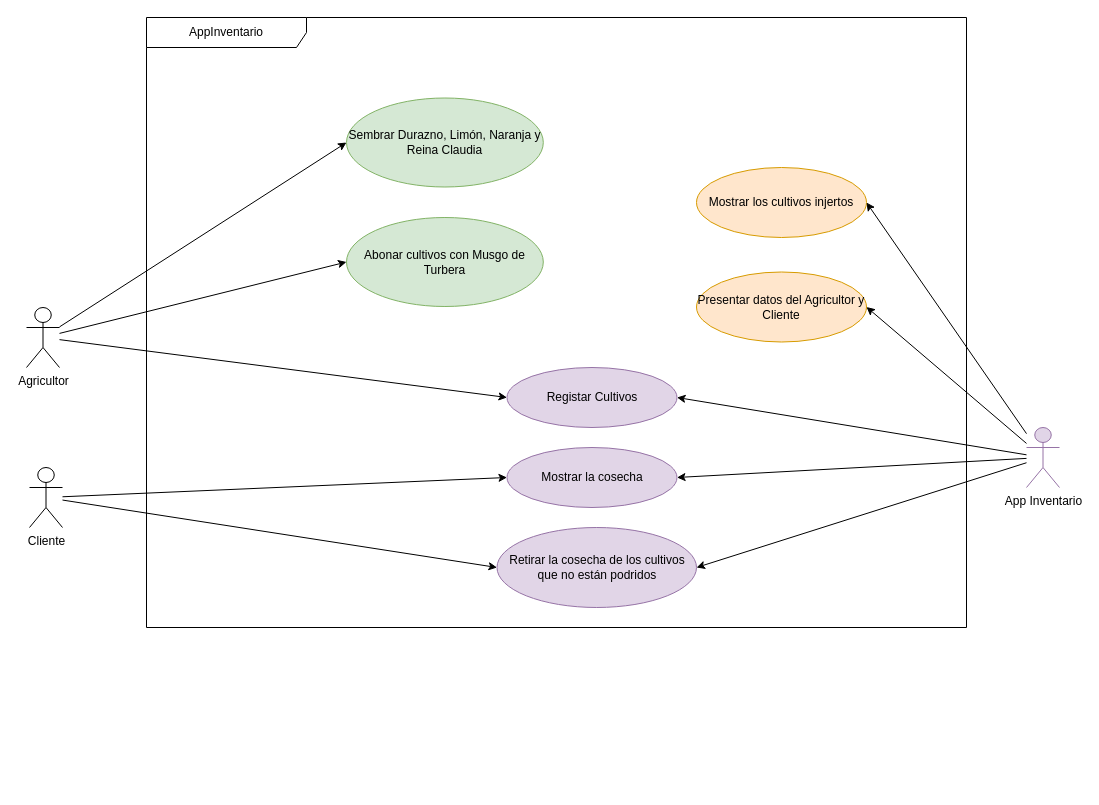
Above: Design/02CasoDeUso.drawio in BACHILYEC/Prueba-II-PROG-II (draw.io), before the change. Source tidied: cells renumbered, new cells numbered last; positions are measured from the earlier drawing's top-left corner, leaving out a move shared by most shapes. Both pictures are drawn from the tidied source at 100%, with x=0, y=0 at pixel (26, 17).
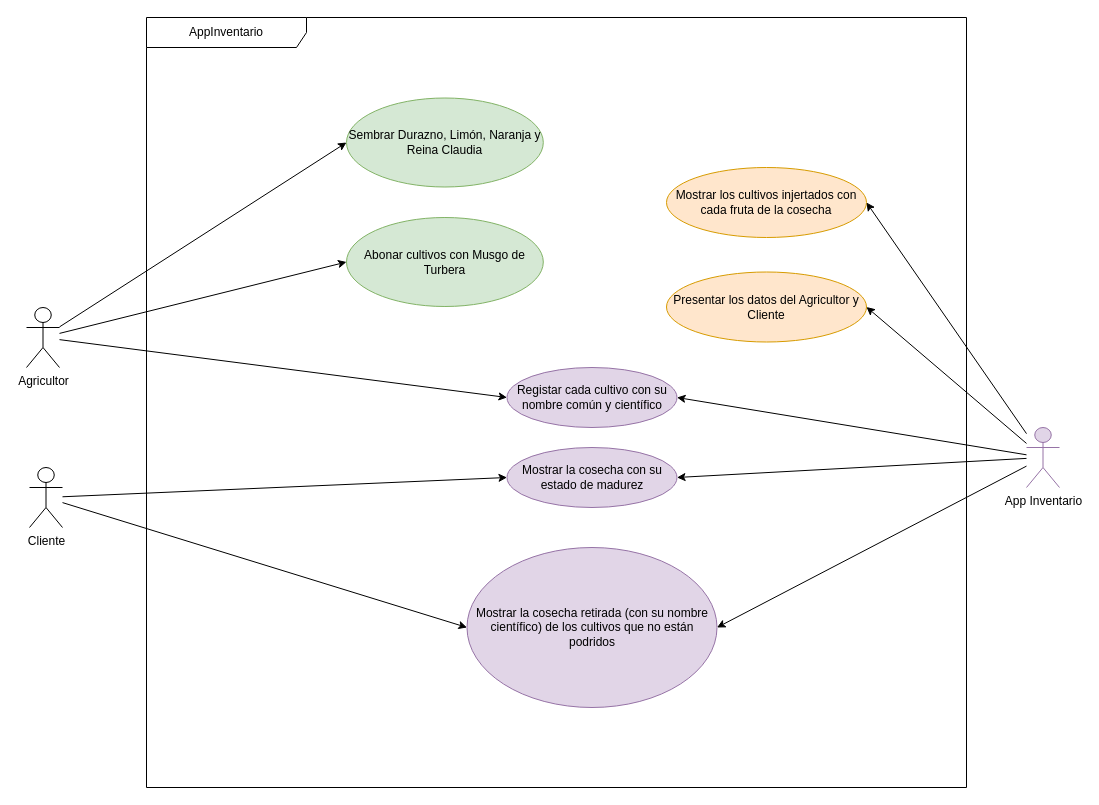
After the change.

Change to the diagram source:
```diff
@@
     <mxCell id="9" value="AppInventario" style="shape=umlFrame;whiteSpace=wrap;html=1;width=160;" parent="1" vertex="1">
-      <mxGeometry x="120" width="820" height="610" as="geometry" />
+      <mxGeometry x="120" width="820" height="770" as="geometry" />
     </mxCell>
-    <mxCell id="10" value="Registar Cultivos" style="ellipse;whiteSpace=wrap;html=1;fillColor=#e1d5e7;strokeColor=#9673a6;" parent="9" vertex="1">
+    <mxCell id="10" value="Registar cada cultivo con su nombre común y científico" style="ellipse;whiteSpace=wrap;html=1;fillColor=#e1d5e7;strokeColor=#9673a6;" parent="9" vertex="1">
       <mxGeometry x="360.5" y="350" width="170" height="60" as="geometry" />
     </mxCell>
@@
-    <mxCell id="13" value="Presentar datos del Agricultor y Cliente" style="ellipse;whiteSpace=wrap;html=1;fillColor=#ffe6cc;strokeColor=#d79b00;shadow=0;" parent="9" vertex="1">
-      <mxGeometry x="550" y="254.5" width="170" height="70" as="geometry" />
+    <mxCell id="13" value="Presentar los datos del Agricultor y Cliente" style="ellipse;whiteSpace=wrap;html=1;fillColor=#ffe6cc;strokeColor=#d79b00;shadow=0;" parent="9" vertex="1">
+      <mxGeometry x="520" y="254.5" width="200" height="70" as="geometry" />
     </mxCell>
-    <mxCell id="14" value="Mostrar los cultivos injertos" style="ellipse;whiteSpace=wrap;html=1;fillColor=#ffe6cc;strokeColor=#d79b00;shadow=0;" parent="9" vertex="1">
-      <mxGeometry x="550" y="150" width="170" height="70" as="geometry" />
+    <mxCell id="14" value="Mostrar los cultivos injertados con cada fruta de la cosecha" style="ellipse;whiteSpace=wrap;html=1;fillColor=#ffe6cc;strokeColor=#d79b00;shadow=0;" parent="9" vertex="1">
+      <mxGeometry x="520" y="150" width="200" height="70" as="geometry" />
     </mxCell>
-    <mxCell id="15" value="Mostrar la cosecha" style="ellipse;whiteSpace=wrap;html=1;fillColor=#e1d5e7;strokeColor=#9673a6;" parent="9" vertex="1">
+    <mxCell id="15" value="Mostrar la cosecha con su estado de madurez" style="ellipse;whiteSpace=wrap;html=1;fillColor=#e1d5e7;strokeColor=#9673a6;" parent="9" vertex="1">
       <mxGeometry x="360.5" y="430" width="170" height="60" as="geometry" />
     </mxCell>
-    <mxCell id="16" value="Retirar la cosecha de los cultivos que no están podridos" style="ellipse;whiteSpace=wrap;html=1;fillColor=#e1d5e7;strokeColor=#9673a6;" parent="9" vertex="1">
-      <mxGeometry x="350.5" y="510" width="199.5" height="80" as="geometry" />
+    <mxCell id="16" value="Mostrar la cosecha retirada (con su nombre científico) de los cultivos que no están podridos" style="ellipse;whiteSpace=wrap;html=1;fillColor=#e1d5e7;strokeColor=#9673a6;" parent="9" vertex="1">
+      <mxGeometry x="320.5" y="530" width="250" height="160" as="geometry" />
     </mxCell>
```
